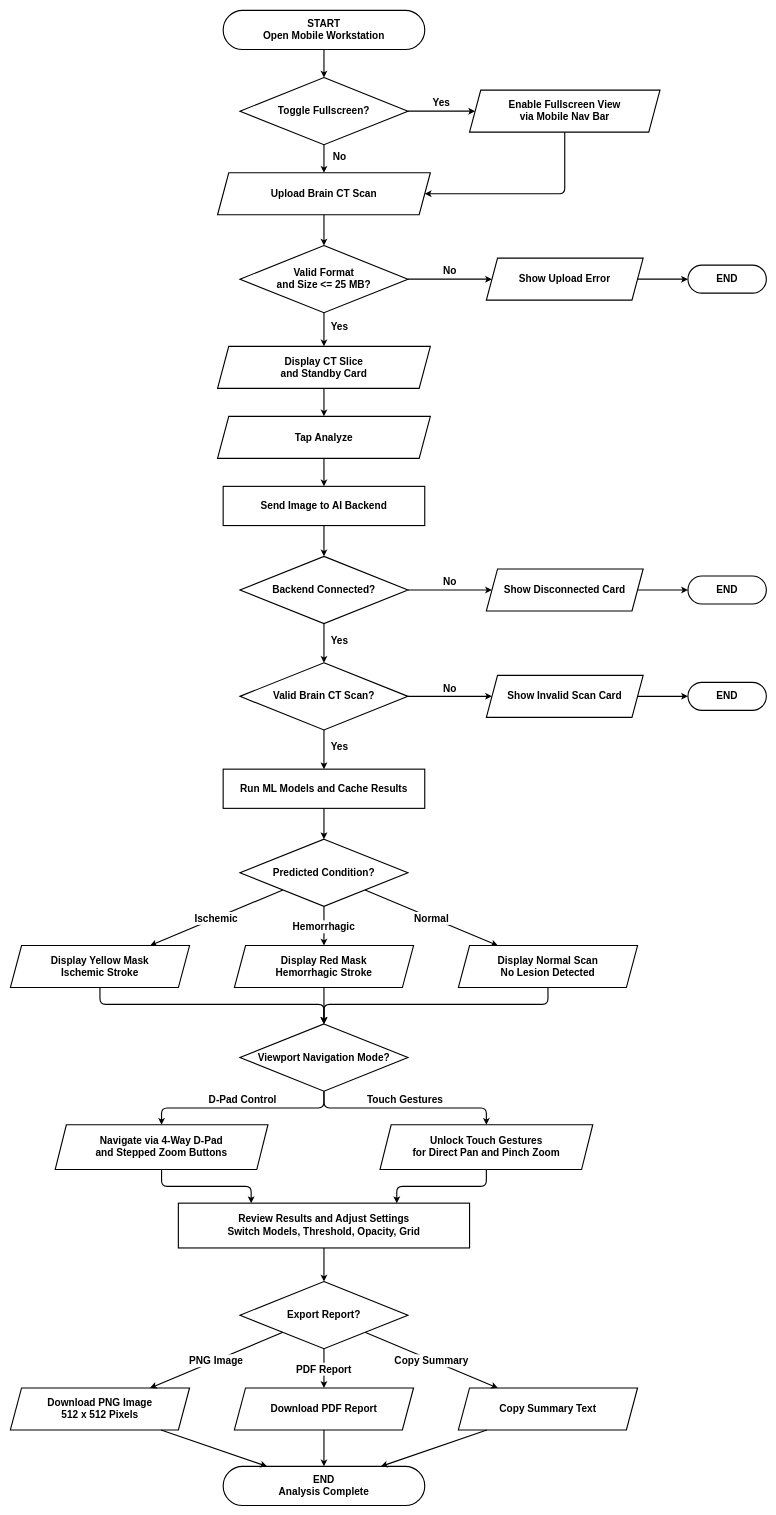
Before: page "Mobile Workflow" (2 of 2) of workflow-flowchart.drawio in Cell1991/nu-stroke-scan, a draw.io diagram. Source tidied: cells renumbered, new cells numbered last; positions are measured from the earlier drawing's top-left corner, leaving out a move shared by most shapes. Both pictures are drawn from the tidied source at 56%, with x=0, y=0 at pixel (10, 10).
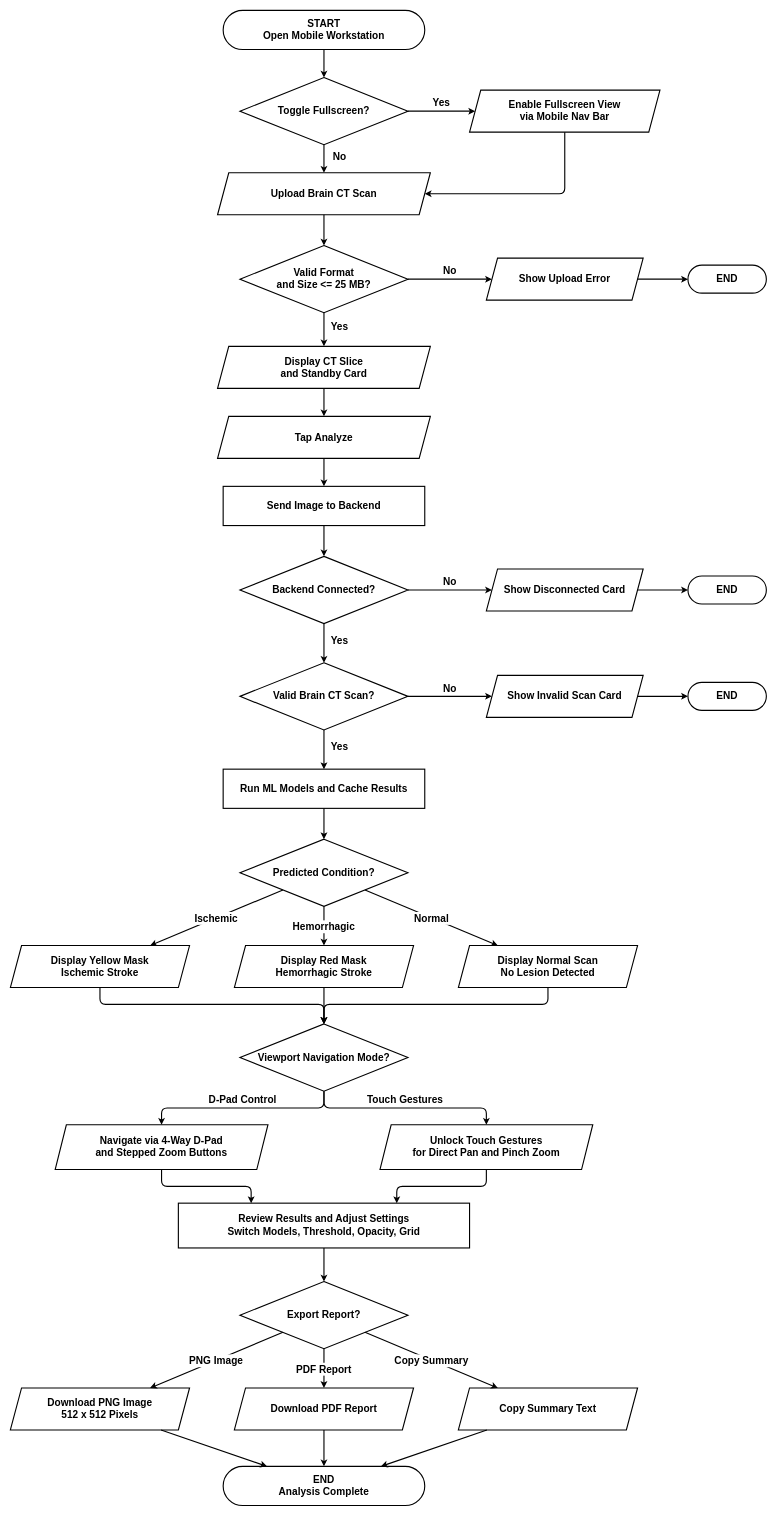
The same page after the edit.

Commit message (it also covers changes not shown here):
fix(diagrams): change Send Image to AI Backend to Send Image to Backend

The edit, as a diff of the source:
```diff
@@
-    <mxCell id="11" value="Send Image to AI Backend" style="rounded=0;whiteSpace=wrap;html=1;fillColor=#FFFFFF;strokeColor=#000000;strokeWidth=2;fontColor=#000000;fontFamily=Arial,Helvetica,sans-serif;fontStyle=1;fontSize=18;" parent="1" vertex="1">
+    <mxCell id="11" value="Send Image to Backend" style="rounded=0;whiteSpace=wrap;html=1;fillColor=#FFFFFF;strokeColor=#000000;strokeWidth=2;fontColor=#000000;fontFamily=Arial,Helvetica,sans-serif;fontStyle=1;fontSize=18;" parent="1" vertex="1">
       <mxGeometry x="380" y="850" width="360" height="70" as="geometry" />
     </mxCell>
```
